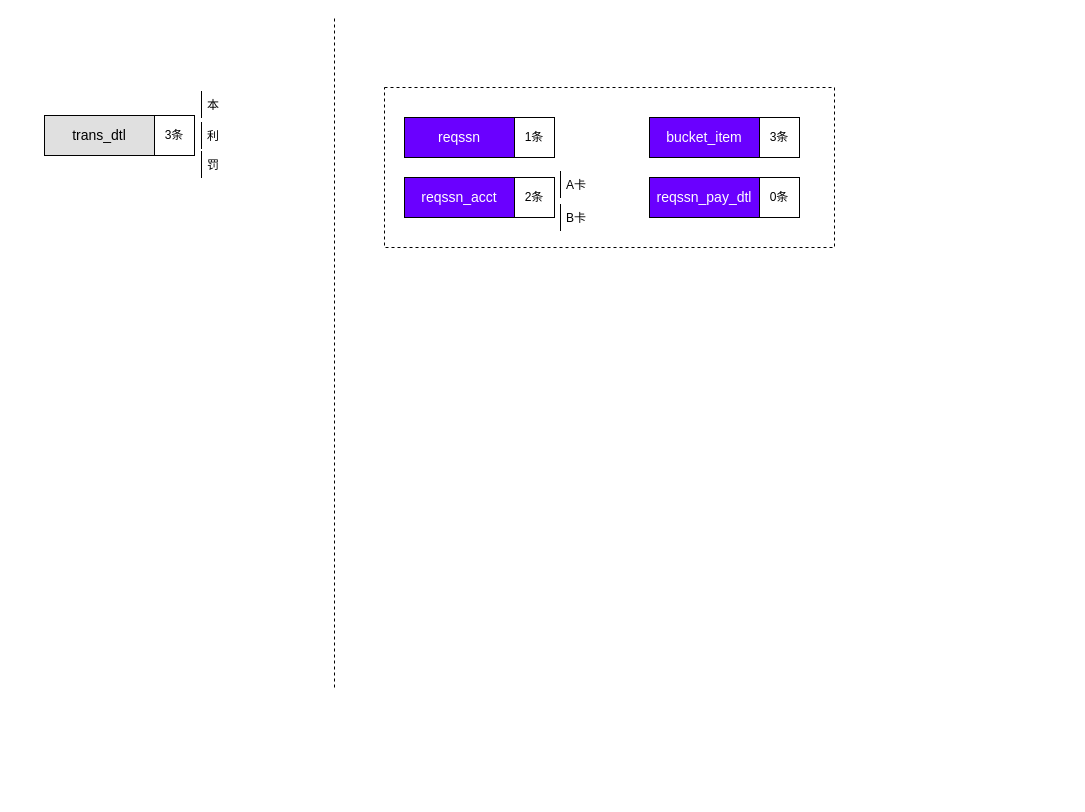
Above: 清算引擎数据流向图.drawio in staconfree/design (draw.io), before the change. Source tidied: cells renumbered, new cells numbered last; positions are measured from the earlier drawing's top-left corner, leaving out a move shared by most shapes. Both pictures are drawn from the tidied source at 100%, with x=0, y=0 at pixel (44, 17).
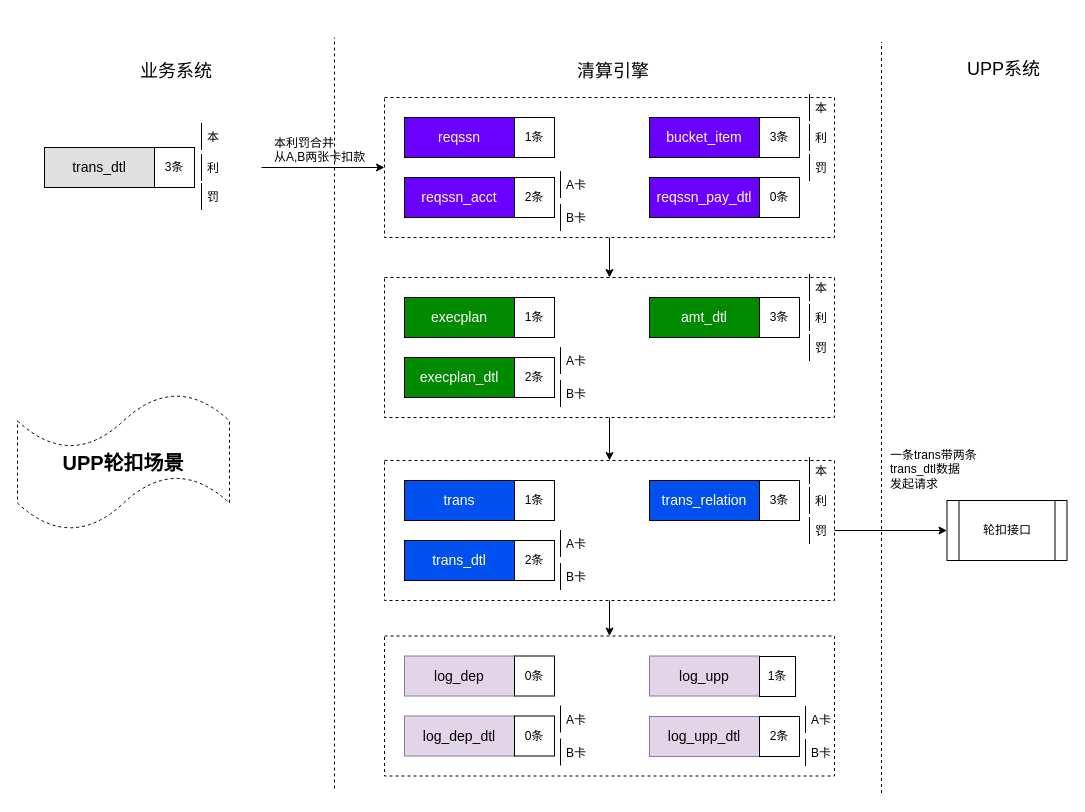
After the change.

Commit message (it also covers changes not shown here):
更新清算引擎数据流向图.drawio

What changed in the source:
```diff
@@
+    <mxCell id="24" style="edgeStyle=orthogonalEdgeStyle;rounded=0;jettySize=auto;html=1;fontSize=12;fontColor=#000000;" parent="1" edge="1" source="2" target="27">
+      <mxGeometry relative="1" as="geometry" />
+    </mxCell>
     <mxCell id="2" style="rounded=0;whiteSpace=wrap;html=1;fillColor=none;fontSize=14;fontColor=#000000;dashed=1;" parent="1" vertex="1">
-      <mxGeometry x="340" y="70" width="450" height="160" as="geometry" />
+      <mxGeometry x="340" y="80" width="450" height="140" as="geometry" />
     </mxCell>
     <mxCell id="3" style="endArrow=none;dashed=1;html=1;" parent="1" edge="1">
       <mxGeometry relative="1" as="geometry">
-        <mxPoint x="290" y="670" as="sourcePoint" />
-        <mxPoint x="290" as="targetPoint" />
+        <mxPoint x="290" y="771" as="sourcePoint" />
+        <mxPoint x="290" y="20" as="targetPoint" />
       </mxGeometry>
     </mxCell>
@@
     <mxCell id="6" value="trans_dtl" style="rounded=0;whiteSpace=wrap;html=1;fillColor=#E0E0E0;fontColor=#000000;fontSize=14;" parent="1" vertex="1">
-      <mxGeometry y="98" width="110" height="40" as="geometry" />
+      <mxGeometry y="130" width="110" height="40" as="geometry" />
     </mxCell>
     <mxCell id="7" value="3条" style="rounded=0;whiteSpace=wrap;html=1;" parent="1" vertex="1">
-      <mxGeometry x="110" y="98" width="40" height="40" as="geometry" />
+      <mxGeometry x="110" y="130" width="40" height="40" as="geometry" />
     </mxCell>
@@
     <mxCell id="16" value="本" style="shape=partialRectangle;top=0;left=0;right=0;bottom=0;align=left;verticalAlign=top;fillColor=none;spacingLeft=34;spacingRight=4;overflow=hidden;fontSize=12;dashed=1;" parent="1" vertex="1">
-      <mxGeometry x="127" y="74" width="90" height="26" as="geometry" />
+      <mxGeometry x="127" y="106" width="90" height="26" as="geometry" />
     </mxCell>
@@
+    <mxCell id="25" style="edgeStyle=orthogonalEdgeStyle;rounded=0;jettySize=auto;html=1;fontSize=12;fontColor=#000000;" parent="1" edge="1" source="18" target="2">
+      <mxGeometry relative="1" as="geometry" />
+    </mxCell>
     <mxCell id="18" value="利" style="shape=partialRectangle;top=0;left=0;right=0;bottom=0;align=left;verticalAlign=top;fillColor=none;spacingLeft=34;spacingRight=4;overflow=hidden;points=[[0,0.5],[1,0.5]];portConstraint=eastwest;fontSize=12;dashed=1;" parent="1" vertex="1">
-      <mxGeometry x="127" y="105" width="90" height="26" as="geometry" />
+      <mxGeometry x="127" y="137" width="90" height="26" as="geometry" />
     </mxCell>
@@
     <mxCell id="20" value="罚" style="shape=partialRectangle;top=0;left=0;right=0;bottom=0;align=left;verticalAlign=top;fillColor=none;spacingLeft=34;spacingRight=4;overflow=hidden;fontSize=12;dashed=1;" parent="1" vertex="1">
-      <mxGeometry x="127" y="134" width="90" height="26" as="geometry" />
+      <mxGeometry x="127" y="166" width="90" height="26" as="geometry" />
     </mxCell>
@@
+    <mxCell id="26" style="edgeStyle=orthogonalEdgeStyle;rounded=0;jettySize=auto;html=1;entryX=0.5;entryY=0;entryDx=0;entryDy=0;fontSize=12;fontColor=#000000;" parent="1" edge="1" source="27" target="48">
+      <mxGeometry relative="1" as="geometry" />
+    </mxCell>
+    <mxCell id="27" style="rounded=0;whiteSpace=wrap;html=1;fillColor=none;fontSize=14;fontColor=#000000;dashed=1;" parent="1" vertex="1">
+      <mxGeometry x="340" y="260" width="450" height="140" as="geometry" />
+    </mxCell>
+    <mxCell id="28" value="execplan" style="rounded=0;whiteSpace=wrap;html=1;fillColor=#008A00;fontColor=#FFFFFF;fontSize=14;" parent="1" vertex="1">
+      <mxGeometry x="360" y="280" width="110" height="40" as="geometry" />
+    </mxCell>
+    <mxCell id="29" value="1条" style="rounded=0;whiteSpace=wrap;html=1;" parent="1" vertex="1">
+      <mxGeometry x="470" y="280" width="40" height="40" as="geometry" />
+    </mxCell>
+    <mxCell id="30" value="amt_dtl" style="rounded=0;whiteSpace=wrap;html=1;fillColor=#008A00;fontColor=#FFFFFF;fontSize=14;" parent="1" vertex="1">
+      <mxGeometry x="605" y="280" width="110" height="40" as="geometry" />
+    </mxCell>
+    <mxCell id="31" value="3条" style="rounded=0;whiteSpace=wrap;html=1;" parent="1" vertex="1">
+      <mxGeometry x="715" y="280" width="40" height="40" as="geometry" />
+    </mxCell>
+    <mxCell id="32" value="execplan_dtl" style="rounded=0;whiteSpace=wrap;html=1;fillColor=#008A00;fontColor=#FFFFFF;fontSize=14;" parent="1" vertex="1">
+      <mxGeometry x="360" y="340" width="110" height="40" as="geometry" />
+    </mxCell>
+    <mxCell id="33" value="2条" style="rounded=0;whiteSpace=wrap;html=1;" parent="1" vertex="1">
+      <mxGeometry x="470" y="340" width="40" height="40" as="geometry" />
+    </mxCell>
+    <mxCell id="34" value="A卡" style="shape=partialRectangle;top=0;left=0;right=0;bottom=0;align=left;verticalAlign=top;fillColor=none;spacingLeft=34;spacingRight=4;overflow=hidden;fontSize=12;dashed=1;" parent="1" vertex="1">
+      <mxGeometry x="486" y="330" width="90" height="26" as="geometry" />
+    </mxCell>
+    <mxCell id="35" style="shape=partialRectangle;top=0;left=0;bottom=0;fillColor=none;align=left;verticalAlign=top;spacingLeft=4;spacingRight=4;overflow=hidden;fontSize=12;" parent="34" vertex="1">
+      <mxGeometry width="30" height="26" as="geometry" />
+    </mxCell>
+    <mxCell id="36" value="B卡" style="shape=partialRectangle;top=0;left=0;right=0;bottom=0;align=left;verticalAlign=top;fillColor=none;spacingLeft=34;spacingRight=4;overflow=hidden;fontSize=12;dashed=1;" parent="1" vertex="1">
+      <mxGeometry x="486" y="363" width="90" height="26" as="geometry" />
+    </mxCell>
+    <mxCell id="37" style="shape=partialRectangle;top=0;left=0;bottom=0;fillColor=none;align=left;verticalAlign=top;spacingLeft=4;spacingRight=4;overflow=hidden;fontSize=12;" parent="36" vertex="1">
+      <mxGeometry width="30" height="26" as="geometry" />
+    </mxCell>
+    <mxCell id="38" value="本" style="shape=partialRectangle;top=0;left=0;right=0;bottom=0;align=left;verticalAlign=top;fillColor=none;spacingLeft=34;spacingRight=4;overflow=hidden;fontSize=12;dashed=1;" parent="1" vertex="1">
+      <mxGeometry x="735" y="77" width="90" height="26" as="geometry" />
+    </mxCell>
+    <mxCell id="39" style="shape=partialRectangle;top=0;left=0;bottom=0;fillColor=none;align=left;verticalAlign=top;spacingLeft=4;spacingRight=4;overflow=hidden;fontSize=12;" parent="38" vertex="1">
+      <mxGeometry width="30" height="26" as="geometry" />
+    </mxCell>
+    <mxCell id="40" value="罚" style="shape=partialRectangle;top=0;left=0;right=0;bottom=0;align=left;verticalAlign=top;fillColor=none;spacingLeft=34;spacingRight=4;overflow=hidden;fontSize=12;dashed=1;" parent="1" vertex="1">
+      <mxGeometry x="735" y="137" width="90" height="26" as="geometry" />
+    </mxCell>
+    <mxCell id="41" style="shape=partialRectangle;top=0;left=0;bottom=0;fillColor=none;align=left;verticalAlign=top;spacingLeft=4;spacingRight=4;overflow=hidden;fontSize=12;" parent="40" vertex="1">
+      <mxGeometry width="30" height="26" as="geometry" />
+    </mxCell>
+    <mxCell id="42" value="罚" style="shape=partialRectangle;top=0;left=0;right=0;bottom=0;align=left;verticalAlign=top;fillColor=none;spacingLeft=34;spacingRight=4;overflow=hidden;fontSize=12;dashed=1;" parent="1" vertex="1">
+      <mxGeometry x="735" y="317" width="90" height="26" as="geometry" />
+    </mxCell>
+    <mxCell id="43" style="shape=partialRectangle;top=0;left=0;bottom=0;fillColor=none;align=left;verticalAlign=top;spacingLeft=4;spacingRight=4;overflow=hidden;fontSize=12;" parent="42" vertex="1">
+      <mxGeometry width="30" height="26" as="geometry" />
+    </mxCell>
+    <mxCell id="44" value="本" style="shape=partialRectangle;top=0;left=0;right=0;bottom=0;align=left;verticalAlign=top;fillColor=none;spacingLeft=34;spacingRight=4;overflow=hidden;fontSize=12;dashed=1;" parent="1" vertex="1">
+      <mxGeometry x="735" y="257" width="90" height="26" as="geometry" />
+    </mxCell>
+    <mxCell id="45" style="shape=partialRectangle;top=0;left=0;bottom=0;fillColor=none;align=left;verticalAlign=top;spacingLeft=4;spacingRight=4;overflow=hidden;fontSize=12;" parent="44" vertex="1">
+      <mxGeometry width="30" height="26" as="geometry" />
+    </mxCell>
+    <mxCell id="46" style="edgeStyle=orthogonalEdgeStyle;rounded=0;jettySize=auto;html=1;fontSize=12;fontColor=#000000;" parent="1" edge="1" source="48" target="63">
+      <mxGeometry relative="1" as="geometry" />
+    </mxCell>
+    <mxCell id="47" style="edgeStyle=orthogonalEdgeStyle;rounded=0;jettySize=auto;html=1;fontSize=12;fontColor=#000000;" parent="1" edge="1" source="48" target="85">
+      <mxGeometry relative="1" as="geometry" />
+    </mxCell>
+    <mxCell id="48" style="rounded=0;whiteSpace=wrap;html=1;fillColor=none;fontSize=14;fontColor=#000000;dashed=1;" parent="1" vertex="1">
+      <mxGeometry x="340" y="443" width="450" height="140" as="geometry" />
+    </mxCell>
+    <mxCell id="49" value="trans" style="rounded=0;whiteSpace=wrap;html=1;fillColor=#0050EF;fontColor=#FFFFFF;fontSize=14;" parent="1" vertex="1">
+      <mxGeometry x="360" y="463" width="110" height="40" as="geometry" />
+    </mxCell>
+    <mxCell id="50" value="1条" style="rounded=0;whiteSpace=wrap;html=1;" parent="1" vertex="1">
+      <mxGeometry x="470" y="463" width="40" height="40" as="geometry" />
+    </mxCell>
+    <mxCell id="51" value="trans_relation" style="rounded=0;whiteSpace=wrap;html=1;fillColor=#0050EF;fontColor=#FFFFFF;fontSize=14;" parent="1" vertex="1">
+      <mxGeometry x="605" y="463" width="110" height="40" as="geometry" />
+    </mxCell>
+    <mxCell id="52" value="3条" style="rounded=0;whiteSpace=wrap;html=1;" parent="1" vertex="1">
+      <mxGeometry x="715" y="463" width="40" height="40" as="geometry" />
+    </mxCell>
+    <mxCell id="53" value="trans_dtl" style="rounded=0;whiteSpace=wrap;html=1;fillColor=#0050EF;fontColor=#FFFFFF;fontSize=14;" parent="1" vertex="1">
+      <mxGeometry x="360" y="523" width="110" height="40" as="geometry" />
+    </mxCell>
+    <mxCell id="54" value="2条" style="rounded=0;whiteSpace=wrap;html=1;" parent="1" vertex="1">
+      <mxGeometry x="470" y="523" width="40" height="40" as="geometry" />
+    </mxCell>
+    <mxCell id="55" value="A卡" style="shape=partialRectangle;top=0;left=0;right=0;bottom=0;align=left;verticalAlign=top;fillColor=none;spacingLeft=34;spacingRight=4;overflow=hidden;fontSize=12;dashed=1;" parent="1" vertex="1">
+      <mxGeometry x="486" y="513" width="90" height="26" as="geometry" />
+    </mxCell>
+    <mxCell id="56" style="shape=partialRectangle;top=0;left=0;bottom=0;fillColor=none;align=left;verticalAlign=top;spacingLeft=4;spacingRight=4;overflow=hidden;fontSize=12;" parent="55" vertex="1">
+      <mxGeometry width="30" height="26" as="geometry" />
+    </mxCell>
+    <mxCell id="57" value="B卡" style="shape=partialRectangle;top=0;left=0;right=0;bottom=0;align=left;verticalAlign=top;fillColor=none;spacingLeft=34;spacingRight=4;overflow=hidden;fontSize=12;dashed=1;" parent="1" vertex="1">
+      <mxGeometry x="486" y="546" width="90" height="26" as="geometry" />
+    </mxCell>
+    <mxCell id="58" style="shape=partialRectangle;top=0;left=0;bottom=0;fillColor=none;align=left;verticalAlign=top;spacingLeft=4;spacingRight=4;overflow=hidden;fontSize=12;" parent="57" vertex="1">
+      <mxGeometry width="30" height="26" as="geometry" />
+    </mxCell>
+    <mxCell id="59" value="罚" style="shape=partialRectangle;top=0;left=0;right=0;bottom=0;align=left;verticalAlign=top;fillColor=none;spacingLeft=34;spacingRight=4;overflow=hidden;fontSize=12;dashed=1;" parent="1" vertex="1">
+      <mxGeometry x="735" y="500" width="90" height="26" as="geometry" />
+    </mxCell>
+    <mxCell id="60" style="shape=partialRectangle;top=0;left=0;bottom=0;fillColor=none;align=left;verticalAlign=top;spacingLeft=4;spacingRight=4;overflow=hidden;fontSize=12;" parent="59" vertex="1">
+      <mxGeometry width="30" height="26" as="geometry" />
+    </mxCell>
+    <mxCell id="61" value="本" style="shape=partialRectangle;top=0;left=0;right=0;bottom=0;align=left;verticalAlign=top;fillColor=none;spacingLeft=34;spacingRight=4;overflow=hidden;fontSize=12;dashed=1;" parent="1" vertex="1">
+      <mxGeometry x="735" y="440" width="90" height="26" as="geometry" />
+    </mxCell>
+    <mxCell id="62" style="shape=partialRectangle;top=0;left=0;bottom=0;fillColor=none;align=left;verticalAlign=top;spacingLeft=4;spacingRight=4;overflow=hidden;fontSize=12;" parent="61" vertex="1">
+      <mxGeometry width="30" height="26" as="geometry" />
+    </mxCell>
+    <mxCell id="63" style="rounded=0;whiteSpace=wrap;html=1;fillColor=none;fontSize=14;fontColor=#000000;dashed=1;" parent="1" vertex="1">
+      <mxGeometry x="340" y="618.5" width="450" height="140" as="geometry" />
+    </mxCell>
+    <mxCell id="64" value="log_dep" style="rounded=0;whiteSpace=wrap;html=1;fillColor=#e1d5e7;fontSize=14;strokeColor=#9673a6;" parent="1" vertex="1">
+      <mxGeometry x="360" y="638.5" width="110" height="40" as="geometry" />
+    </mxCell>
+    <mxCell id="65" value="0条" style="rounded=0;whiteSpace=wrap;html=1;" parent="1" vertex="1">
+      <mxGeometry x="470" y="638.5" width="40" height="40" as="geometry" />
+    </mxCell>
+    <mxCell id="66" value="log_upp" style="rounded=0;whiteSpace=wrap;html=1;fillColor=#e1d5e7;fontSize=14;strokeColor=#9673a6;" parent="1" vertex="1">
+      <mxGeometry x="605" y="638.5" width="110" height="40" as="geometry" />
+    </mxCell>
+    <mxCell id="67" value="1条" style="rounded=0;whiteSpace=wrap;html=1;" parent="1" vertex="1">
+      <mxGeometry x="715" y="639" width="36" height="40" as="geometry" />
+    </mxCell>
+    <mxCell id="68" value="log_dep_dtl" style="rounded=0;whiteSpace=wrap;html=1;fillColor=#e1d5e7;fontSize=14;strokeColor=#9673a6;" parent="1" vertex="1">
+      <mxGeometry x="360" y="698.5" width="110" height="40" as="geometry" />
+    </mxCell>
+    <mxCell id="69" value="0条" style="rounded=0;whiteSpace=wrap;html=1;" parent="1" vertex="1">
+      <mxGeometry x="470" y="698.5" width="40" height="40" as="geometry" />
+    </mxCell>
+    <mxCell id="70" value="A卡" style="shape=partialRectangle;top=0;left=0;right=0;bottom=0;align=left;verticalAlign=top;fillColor=none;spacingLeft=34;spacingRight=4;overflow=hidden;fontSize=12;dashed=1;" parent="1" vertex="1">
+      <mxGeometry x="486" y="688.5" width="90" height="26" as="geometry" />
+    </mxCell>
+    <mxCell id="71" style="shape=partialRectangle;top=0;left=0;bottom=0;fillColor=none;align=left;verticalAlign=top;spacingLeft=4;spacingRight=4;overflow=hidden;fontSize=12;" parent="70" vertex="1">
+      <mxGeometry width="30" height="26" as="geometry" />
+    </mxCell>
+    <mxCell id="72" value="B卡" style="shape=partialRectangle;top=0;left=0;right=0;bottom=0;align=left;verticalAlign=top;fillColor=none;spacingLeft=34;spacingRight=4;overflow=hidden;fontSize=12;dashed=1;" parent="1" vertex="1">
+      <mxGeometry x="486" y="721.5" width="90" height="26" as="geometry" />
+    </mxCell>
+    <mxCell id="73" style="shape=partialRectangle;top=0;left=0;bottom=0;fillColor=none;align=left;verticalAlign=top;spacingLeft=4;spacingRight=4;overflow=hidden;fontSize=12;" parent="72" vertex="1">
+      <mxGeometry width="30" height="26" as="geometry" />
+    </mxCell>
+    <mxCell id="74" value="log_upp_dtl" style="rounded=0;whiteSpace=wrap;html=1;fillColor=#e1d5e7;fontSize=14;strokeColor=#9673a6;" parent="1" vertex="1">
+      <mxGeometry x="605" y="699" width="110" height="40" as="geometry" />
+    </mxCell>
+    <mxCell id="75" value="2条" style="rounded=0;whiteSpace=wrap;html=1;" parent="1" vertex="1">
+      <mxGeometry x="715" y="699" width="40" height="40" as="geometry" />
+    </mxCell>
+    <mxCell id="76" value="A卡" style="shape=partialRectangle;top=0;left=0;right=0;bottom=0;align=left;verticalAlign=top;fillColor=none;spacingLeft=34;spacingRight=4;overflow=hidden;fontSize=12;dashed=1;" parent="1" vertex="1">
+      <mxGeometry x="731" y="689" width="90" height="26" as="geometry" />
+    </mxCell>
+    <mxCell id="77" style="shape=partialRectangle;top=0;left=0;bottom=0;fillColor=none;align=left;verticalAlign=top;spacingLeft=4;spacingRight=4;overflow=hidden;fontSize=12;" parent="76" vertex="1">
+      <mxGeometry width="30" height="26" as="geometry" />
+    </mxCell>
+    <mxCell id="78" value="B卡" style="shape=partialRectangle;top=0;left=0;right=0;bottom=0;align=left;verticalAlign=top;fillColor=none;spacingLeft=34;spacingRight=4;overflow=hidden;fontSize=12;dashed=1;" parent="1" vertex="1">
+      <mxGeometry x="731" y="722" width="90" height="26" as="geometry" />
+    </mxCell>
+    <mxCell id="79" style="shape=partialRectangle;top=0;left=0;bottom=0;fillColor=none;align=left;verticalAlign=top;spacingLeft=4;spacingRight=4;overflow=hidden;fontSize=12;" parent="78" vertex="1">
+      <mxGeometry width="30" height="26" as="geometry" />
+    </mxCell>
+    <mxCell id="80" style="endArrow=none;dashed=1;html=1;" parent="1" edge="1">
+      <mxGeometry relative="1" as="geometry">
+        <mxPoint x="837" y="775.5" as="sourcePoint" />
+        <mxPoint x="837" y="24.5" as="targetPoint" />
+      </mxGeometry>
+    </mxCell>
+    <mxCell id="81" value="业务系统" style="text;html=1;align=left;verticalAlign=top;spacingTop=-4;fontSize=18;fontColor=#000000;" parent="1" vertex="1">
+      <mxGeometry x="94" y="41" width="66" height="17" as="geometry" />
+    </mxCell>
+    <mxCell id="82" value="清算引擎" style="text;html=1;align=left;verticalAlign=top;spacingTop=-4;fontSize=18;fontColor=#000000;" parent="1" vertex="1">
+      <mxGeometry x="531" y="41" width="82" height="22" as="geometry" />
+    </mxCell>
+    <mxCell id="83" value="UPP系统" style="text;html=1;align=left;verticalAlign=top;spacingTop=-4;fontSize=18;fontColor=#000000;" parent="1" vertex="1">
+      <mxGeometry x="921" y="38.5" width="83" height="22" as="geometry" />
+    </mxCell>
+    <mxCell id="84" value="&lt;div&gt;UPP轮扣场景&lt;/div&gt;" style="shape=tape;whiteSpace=wrap;html=1;dashed=1;strokeWidth=1;fillColor=none;fontSize=20;fontColor=#000000;fontStyle=1;" parent="1" vertex="1">
+      <mxGeometry x="-27" y="376" width="212" height="137" as="geometry" />
+    </mxCell>
+    <mxCell id="85" value="轮扣接口" style="shape=process;whiteSpace=wrap;html=1;backgroundOutline=1;strokeWidth=1;fillColor=none;fontSize=12;fontColor=#000000;" parent="1" vertex="1">
+      <mxGeometry x="902.5" y="483" width="120" height="60" as="geometry" />
+    </mxCell>
+    <mxCell id="86" value="利" style="shape=partialRectangle;top=0;left=0;right=0;bottom=0;align=left;verticalAlign=top;fillColor=none;spacingLeft=34;spacingRight=4;overflow=hidden;fontSize=12;dashed=1;" parent="1" vertex="1">
+      <mxGeometry x="735" y="107" width="90" height="26" as="geometry" />
+    </mxCell>
+    <mxCell id="87" style="shape=partialRectangle;top=0;left=0;bottom=0;fillColor=none;align=left;verticalAlign=top;spacingLeft=4;spacingRight=4;overflow=hidden;fontSize=12;" parent="86" vertex="1">
+      <mxGeometry width="30" height="26" as="geometry" />
+    </mxCell>
+    <mxCell id="88" value="利" style="shape=partialRectangle;top=0;left=0;right=0;bottom=0;align=left;verticalAlign=top;fillColor=none;spacingLeft=34;spacingRight=4;overflow=hidden;fontSize=12;dashed=1;" parent="1" vertex="1">
+      <mxGeometry x="735" y="287" width="90" height="26" as="geometry" />
+    </mxCell>
+    <mxCell id="89" style="shape=partialRectangle;top=0;left=0;bottom=0;fillColor=none;align=left;verticalAlign=top;spacingLeft=4;spacingRight=4;overflow=hidden;fontSize=12;" parent="88" vertex="1">
+      <mxGeometry width="30" height="26" as="geometry" />
+    </mxCell>
+    <mxCell id="90" value="利" style="shape=partialRectangle;top=0;left=0;right=0;bottom=0;align=left;verticalAlign=top;fillColor=none;spacingLeft=34;spacingRight=4;overflow=hidden;fontSize=12;dashed=1;" parent="1" vertex="1">
+      <mxGeometry x="735" y="470" width="90" height="26" as="geometry" />
+    </mxCell>
+    <mxCell id="91" style="shape=partialRectangle;top=0;left=0;bottom=0;fillColor=none;align=left;verticalAlign=top;spacingLeft=4;spacingRight=4;overflow=hidden;fontSize=12;" parent="90" vertex="1">
+      <mxGeometry width="30" height="26" as="geometry" />
+    </mxCell>
+    <mxCell id="92" value="&lt;div&gt;本利罚合并&lt;/div&gt;&lt;div&gt;从A,B两张卡扣款&lt;/div&gt;" style="text;html=1;align=left;verticalAlign=top;spacingTop=-4;fontSize=12;fontColor=#000000;" parent="1" vertex="1">
+      <mxGeometry x="228" y="116" width="100" height="28" as="geometry" />
+    </mxCell>
+    <mxCell id="93" value="&lt;div&gt;一条trans带两条&lt;/div&gt;&lt;div&gt;trans_dtl数据&lt;/div&gt;&lt;div&gt;发起请求&lt;/div&gt;" style="text;html=1;align=left;verticalAlign=top;spacingTop=-4;fontSize=12;fontColor=#000000;" parent="1" vertex="1">
+      <mxGeometry x="843.5" y="428" width="98" height="42" as="geometry" />
+    </mxCell>
```
